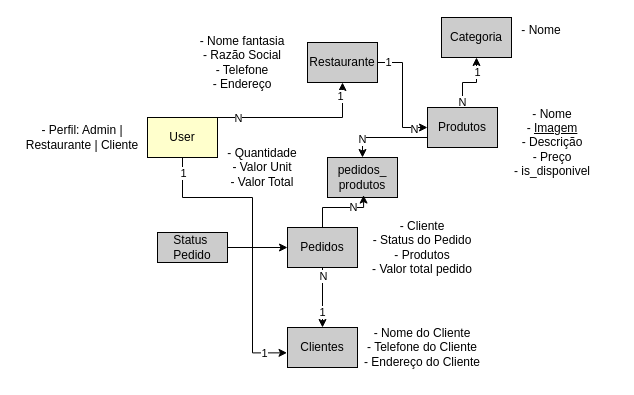
The draw.io diagram model_turma2.drawio in caetanovns/projeto-turma-2, before the edit. Source tidied: cells renumbered, new cells numbered last; positions are measured from the earlier drawing's top-left corner, leaving out a move shared by most shapes. Both pictures are drawn from the tidied source at 100%, with x=0, y=0 at pixel (17, 17).
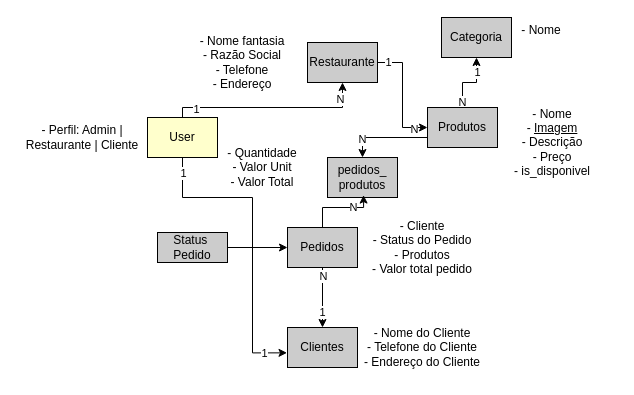
The same diagram, later.

The change refers to these unchanged cells:
```xml
<mxCell id="5" value="User" style="rounded=0;whiteSpace=wrap;html=1;fillColor=#FFFFCC;" parent="1" vertex="1">
  <mxGeometry x="130" y="100" width="70" height="40" as="geometry" />
</mxCell>
<mxCell id="27" value="Restaurante" style="rounded=0;whiteSpace=wrap;html=1;fillColor=#CCCCCC;" parent="1" vertex="1">
  <mxGeometry x="290" y="25" width="70" height="40" as="geometry" />
</mxCell>
```

Diff of the diagram source:
```diff
@@
     <mxCell id="2" style="edgeStyle=orthogonalEdgeStyle;rounded=0;jettySize=auto;html=1;" parent="1" edge="1" source="5" target="27">
       <mxGeometry relative="1" as="geometry">
         <Array as="points">
-          <mxPoint x="325" y="100" />
+          <mxPoint x="165" y="90" />
+          <mxPoint x="325" y="90" />
         </Array>
       </mxGeometry>
     </mxCell>
-    <mxCell id="3" value="N" style="edgeLabel;html=1;align=center;verticalAlign=middle;" parent="2" vertex="1">
+    <mxCell id="3" value="1" style="edgeLabel;html=1;align=center;verticalAlign=middle;" parent="2" vertex="1">
       <mxGeometry x="-0.91" relative="1" as="geometry">
         <mxPoint x="13" as="offset" />
       </mxGeometry>
     </mxCell>
-    <mxCell id="4" value="1" style="edgeLabel;html=1;align=center;verticalAlign=middle;" parent="2" vertex="1">
+    <mxCell id="4" value="N" style="edgeLabel;html=1;align=center;verticalAlign=middle;" parent="2" vertex="1">
       <mxGeometry x="0.84" y="3" relative="1" as="geometry" />
     </mxCell>
```
